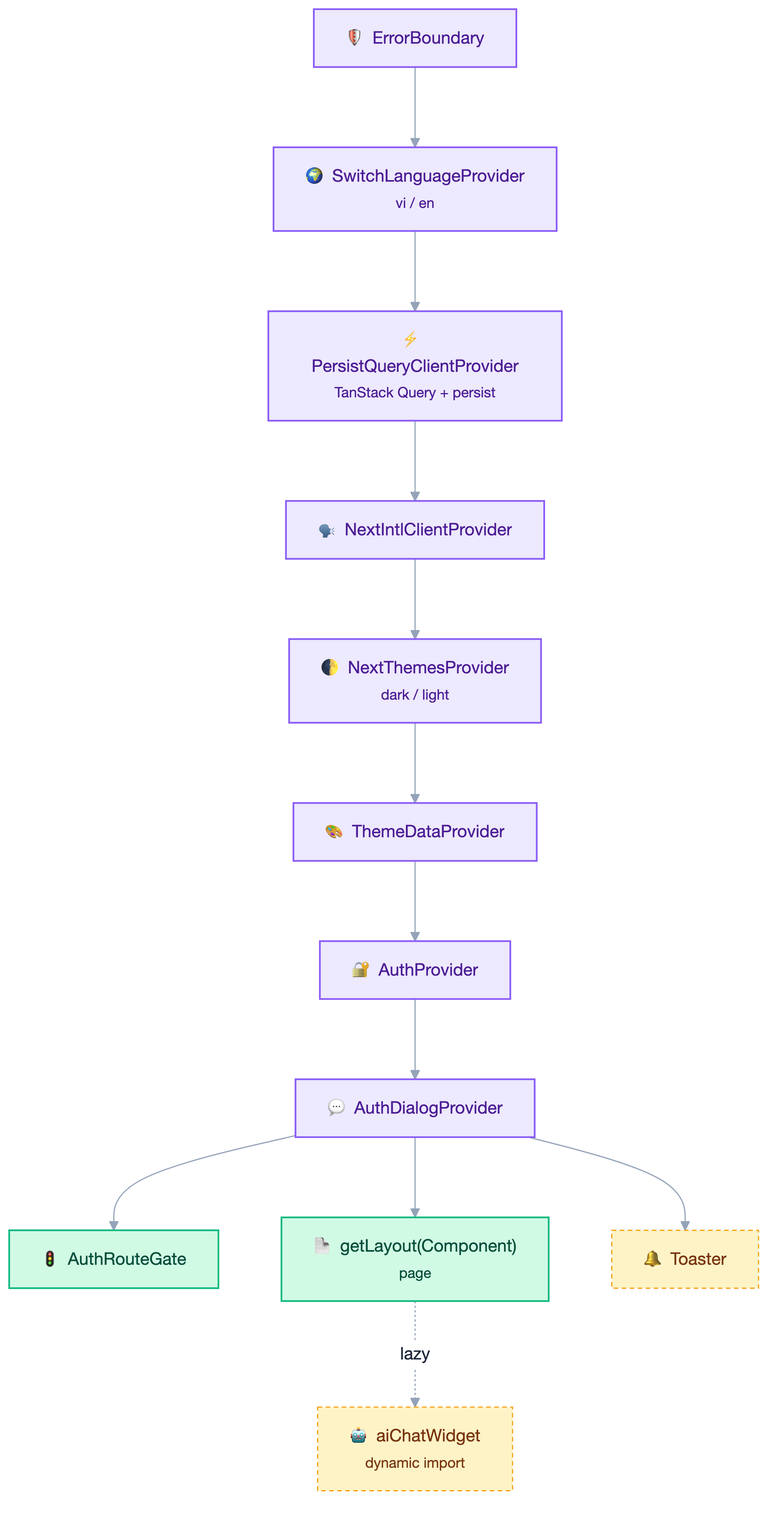
This is diagrams/fe/png/05-providers.png from huynhtranty/smartrent-report, a Mermaid export, as it was before one commit. Its source is kept beside it as diagrams/fe/src/05-providers.mmd. The source it was exported from:
```mermaid
flowchart TD
    EB["🛡️ ErrorBoundary"] --> SL["🌍 SwitchLanguageProvider<br/><small>vi / en</small>"]
    SL --> PQ["⚡ PersistQueryClientProvider<br/><small>TanStack Query + persist</small>"]
    PQ --> NI["🗣️ NextIntlClientProvider"]
    NI --> NT["🌓 NextThemesProvider<br/><small>dark / light</small>"]
    NT --> TD["🎨 ThemeDataProvider"]
    TD --> AU["🔐 AuthProvider"]
    AU --> AD["💬 AuthDialogProvider"]
    AD --> ARG["🚦 AuthRouteGate"]
    AD --> PAGE["📄 getLayout(Component)<br/><small>page</small>"]
    AD --> T["🔔 Toaster"]
    PAGE -. lazy .-> AIW["🤖 aiChatWidget<br/><small>dynamic import</small>"]

    classDef prov fill:#ede9fe,stroke:#8b5cf6,color:#4c1d95,stroke-width:1.5px
    classDef page fill:#d1fae5,stroke:#10b981,color:#064e3b,stroke-width:1.5px
    classDef extra fill:#fef3c7,stroke:#f59e0b,color:#78350f,stroke-dasharray:4 3
    class EB,SL,PQ,NI,NT,TD,AU,AD prov
    class PAGE,ARG page
    class T,AIW extra
```
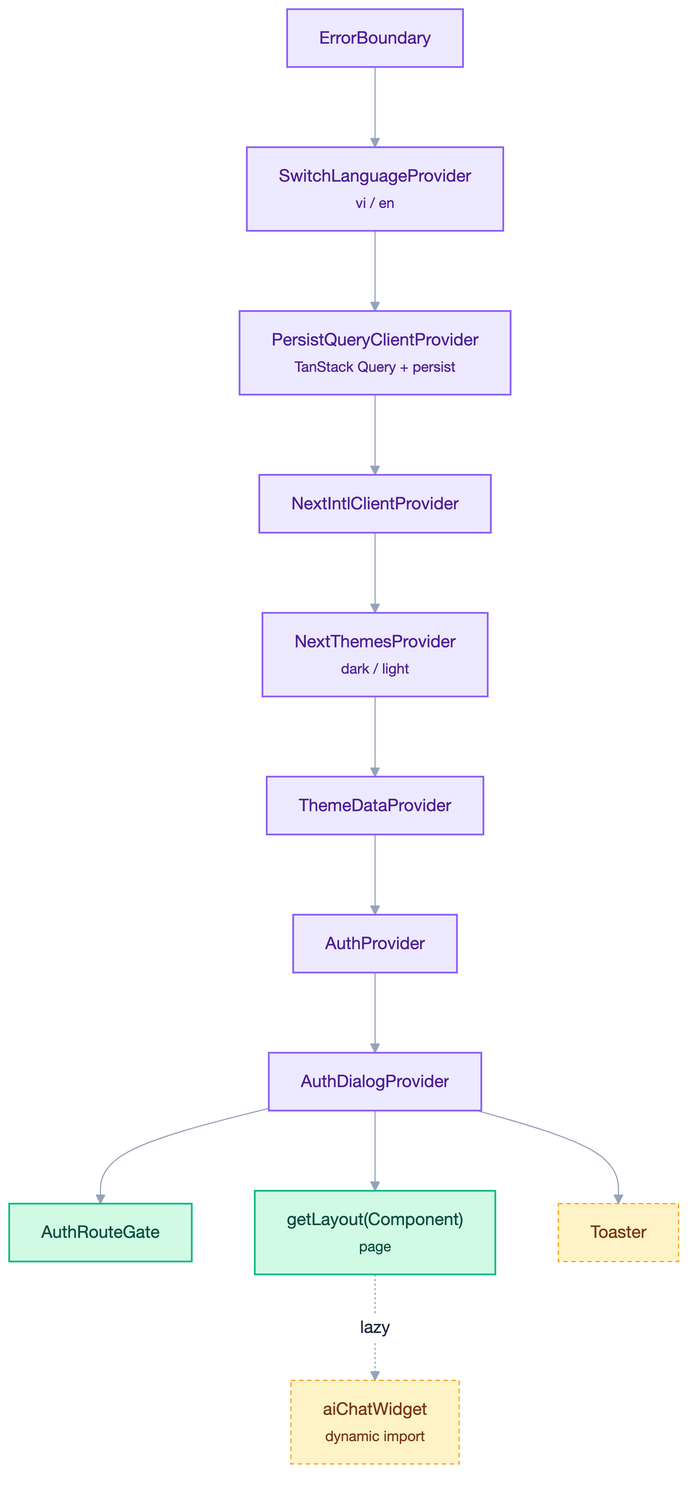
After the change.

What changed in the source:
```diff
@@ -1,19 +1,19 @@
 flowchart TD
-    EB["🛡️ ErrorBoundary"] --> SL["🌍 SwitchLanguageProvider<br/><small>vi / en</small>"]
-    SL --> PQ["⚡ PersistQueryClientProvider<br/><small>TanStack Query + persist</small>"]
-    PQ --> NI["🗣️ NextIntlClientProvider"]
-    NI --> NT["🌓 NextThemesProvider<br/><small>dark / light</small>"]
-    NT --> TD["🎨 ThemeDataProvider"]
-    TD --> AU["🔐 AuthProvider"]
-    AU --> AD["💬 AuthDialogProvider"]
-    AD --> ARG["🚦 AuthRouteGate"]
-    AD --> PAGE["📄 getLayout(Component)<br/><small>page</small>"]
-    AD --> T["🔔 Toaster"]
-    PAGE -. lazy .-> AIW["🤖 aiChatWidget<br/><small>dynamic import</small>"]
+ EB["ErrorBoundary"] --> SL["SwitchLanguageProvider<br/><small>vi / en</small>"]
+ SL --> PQ["PersistQueryClientProvider<br/><small>TanStack Query + persist</small>"]
+ PQ --> NI["NextIntlClientProvider"]
+ NI --> NT["NextThemesProvider<br/><small>dark / light</small>"]
+ NT --> TD["ThemeDataProvider"]
+ TD --> AU["AuthProvider"]
+ AU --> AD["AuthDialogProvider"]
+ AD --> ARG["AuthRouteGate"]
+ AD --> PAGE["getLayout(Component)<br/><small>page</small>"]
+ AD --> T["Toaster"]
+ PAGE -. lazy .-> AIW["aiChatWidget<br/><small>dynamic import</small>"]
 
-    classDef prov fill:#ede9fe,stroke:#8b5cf6,color:#4c1d95,stroke-width:1.5px
-    classDef page fill:#d1fae5,stroke:#10b981,color:#064e3b,stroke-width:1.5px
-    classDef extra fill:#fef3c7,stroke:#f59e0b,color:#78350f,stroke-dasharray:4 3
-    class EB,SL,PQ,NI,NT,TD,AU,AD prov
-    class PAGE,ARG page
-    class T,AIW extra
+ classDef prov fill:#ede9fe,stroke:#8b5cf6,color:#4c1d95,stroke-width:1.5px
+ classDef page fill:#d1fae5,stroke:#10b981,color:#064e3b,stroke-width:1.5px
+ classDef extra fill:#fef3c7,stroke:#f59e0b,color:#78350f,stroke-dasharray:4 3
+ class EB,SL,PQ,NI,NT,TD,AU,AD prov
+ class PAGE,ARG page
+ class T,AIW extra
```
